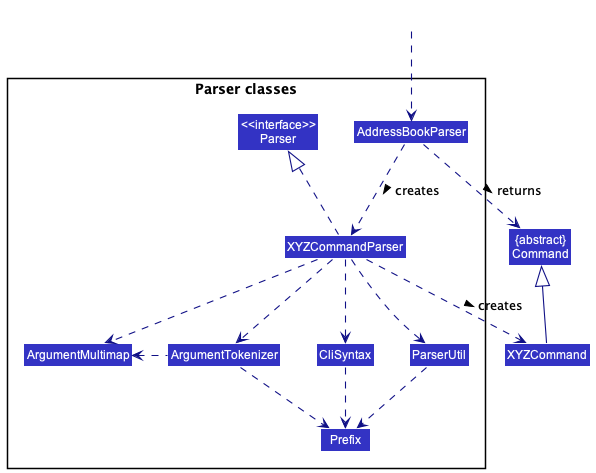
nus-cs2103-AY2223S1/tp keeps this PlantUML diagram as docs/images/ParserClasses.png. Above is the earlier version.
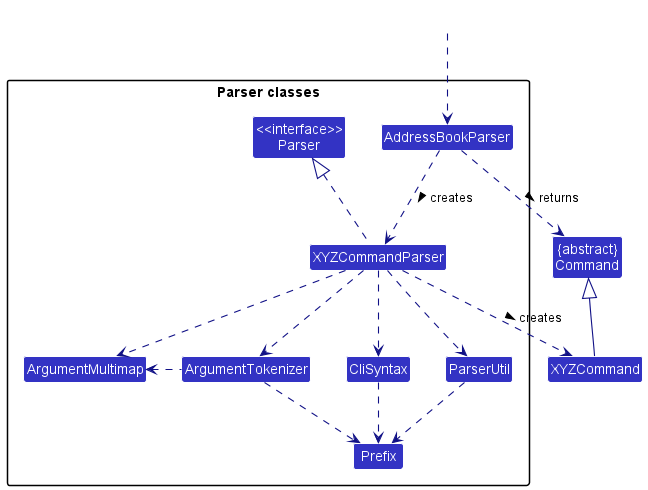
Above is the later version.

Diff of the diagram source:
```diff
@@ -4,10 +4,12 @@
 skinparam arrowColor LOGIC_COLOR_T4
 skinparam classBackgroundColor LOGIC_COLOR
 
+
 Class "{abstract}\nCommand" as Command
 Class XYZCommand
 
-package "Parser classes"{
+
+package "Parser classes" {
 Class "<<interface>>\nParser" as Parser
 Class AddressBookParser
 Class XYZCommandParser
```
